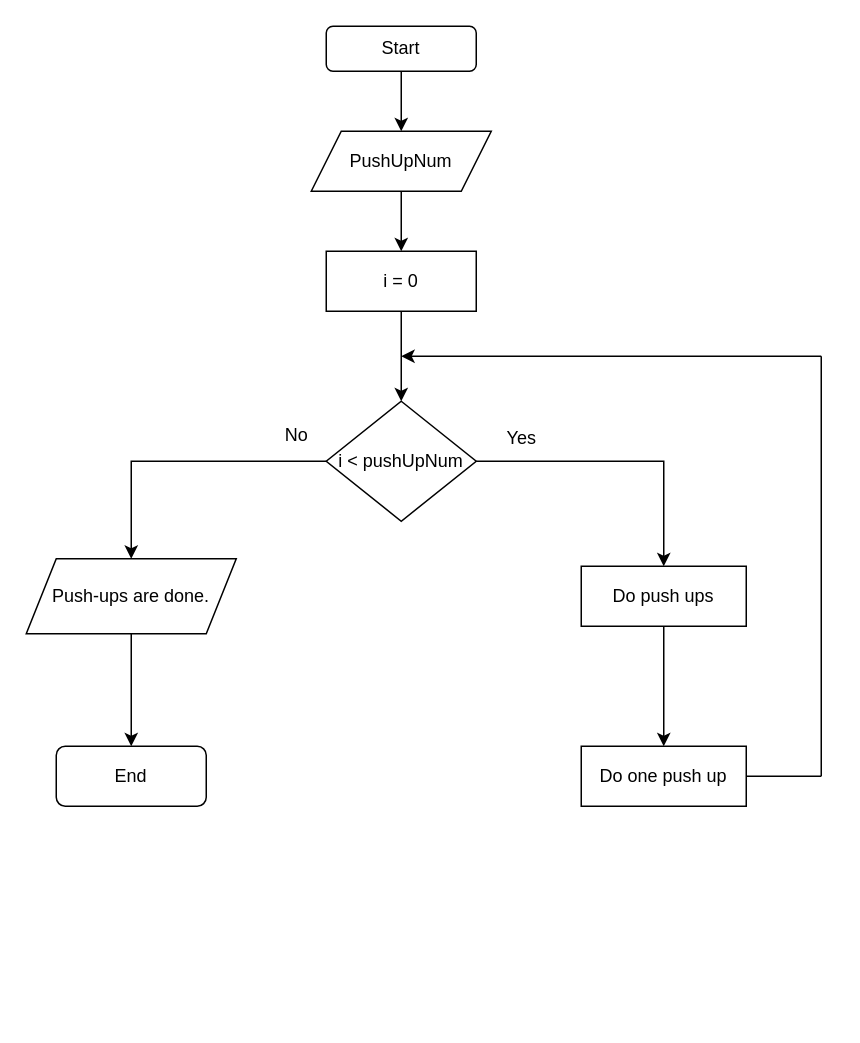
The draw.io diagram Untitled Diagram.drawio in orchlonn/CS-325, before the edit. Source tidied: cells renumbered, new cells numbered last; positions are measured from the earlier drawing's top-left corner, leaving out a move shared by most shapes. Both pictures are drawn from the tidied source at 150%, with x=0, y=0 at pixel (26, 26).
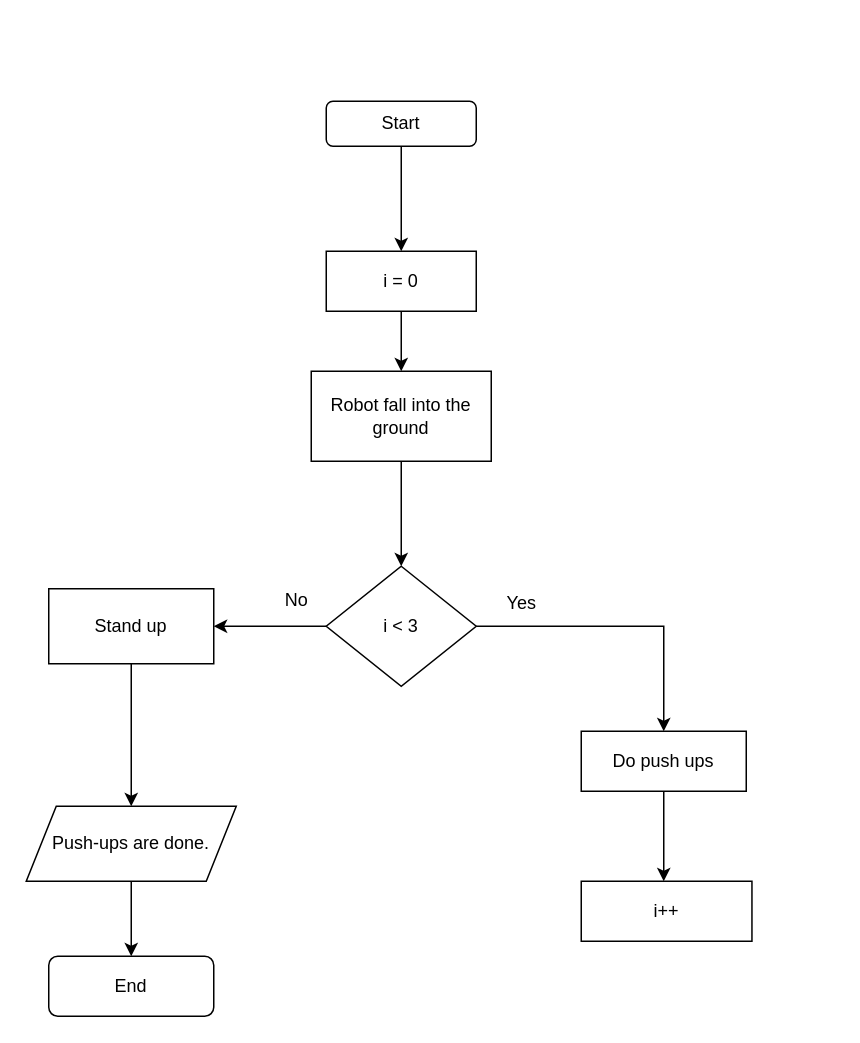
The same diagram, later.

The change refers to these unchanged cells:
```xml
<mxCell id="8" value="i = 0" style="whiteSpace=wrap;html=1;" parent="1" vertex="1">
  <mxGeometry x="200" y="150" width="100" height="40" as="geometry" />
</mxCell>
```

The edit, as a diff of the source:
```diff
@@
-    <mxCell id="2" style="edgeStyle=orthogonalEdgeStyle;rounded=0;jettySize=auto;html=1;" parent="1" edge="1" source="3" target="6">
-      <mxGeometry relative="1" as="geometry" />
-    </mxCell>
     <mxCell id="3" value="Start" style="rounded=1;whiteSpace=wrap;html=1;" parent="1" vertex="1">
-      <mxGeometry x="200" width="100" height="30" as="geometry" />
+      <mxGeometry x="200" y="50" width="100" height="30" as="geometry" />
     </mxCell>
     <mxCell id="4" value="End" style="rounded=1;whiteSpace=wrap;html=1;" parent="1" vertex="1">
-      <mxGeometry x="20" y="480" width="100" height="40" as="geometry" />
+      <mxGeometry x="15" y="620" width="110" height="40" as="geometry" />
     </mxCell>
-    <mxCell id="5" style="edgeStyle=orthogonalEdgeStyle;rounded=0;jettySize=auto;html=1;" parent="1" edge="1" source="6" target="8">
+    <mxCell id="5" style="edgeStyle=orthogonalEdgeStyle;rounded=0;jettySize=auto;html=1;exitX=0.5;exitY=1;exitDx=0;exitDy=0;" parent="1" edge="1" source="3" target="8">
       <mxGeometry relative="1" as="geometry" />
     </mxCell>
-    <mxCell id="6" value="PushUpNum" style="shape=parallelogram;perimeter=parallelogramPerimeter;whiteSpace=wrap;html=1;fixedSize=1;" parent="1" vertex="1">
-      <mxGeometry x="190" y="70" width="120" height="40" as="geometry" />
-    </mxCell>
-    <mxCell id="7" style="edgeStyle=orthogonalEdgeStyle;rounded=0;jettySize=auto;html=1;" parent="1" edge="1" source="8" target="11">
-      <mxGeometry relative="1" as="geometry" />
-    </mxCell>
+    <mxCell id="22" style="edgeStyle=orthogonalEdgeStyle;rounded=0;jettySize=auto;html=1;" parent="1" edge="1" source="8" target="26">
+      <mxGeometry relative="1" as="geometry" />
+    </mxCell>
@@
-    <mxCell id="10" style="edgeStyle=orthogonalEdgeStyle;rounded=0;jettySize=auto;html=1;" parent="1" edge="1" source="11" target="21">
-      <mxGeometry relative="1" as="geometry">
-        <Array as="points">
-          <mxPoint x="70" y="290" />
-        </Array>
-      </mxGeometry>
-    </mxCell>
+    <mxCell id="23" style="edgeStyle=orthogonalEdgeStyle;rounded=0;jettySize=auto;html=1;" parent="1" edge="1" source="11" target="28">
+      <mxGeometry relative="1" as="geometry" />
+    </mxCell>
-    <mxCell id="11" value="i &amp;lt; pushUpNum" style="rhombus;whiteSpace=wrap;html=1;" parent="1" vertex="1">
-      <mxGeometry x="200" y="250" width="100" height="80" as="geometry" />
+    <mxCell id="11" value="i &amp;lt; 3" style="rhombus;whiteSpace=wrap;html=1;" parent="1" vertex="1">
+      <mxGeometry x="200" y="360" width="100" height="80" as="geometry" />
     </mxCell>
-    <mxCell id="12" style="edgeStyle=orthogonalEdgeStyle;rounded=0;jettySize=auto;html=1;" parent="1" edge="1" source="13" target="15">
-      <mxGeometry relative="1" as="geometry" />
-    </mxCell>
+    <mxCell id="24" style="edgeStyle=orthogonalEdgeStyle;rounded=0;jettySize=auto;html=1;" parent="1" edge="1" source="13">
+      <mxGeometry relative="1" as="geometry">
+        <mxPoint x="425" y="570" as="targetPoint" />
+      </mxGeometry>
+    </mxCell>
     <mxCell id="13" value="Do push ups" style="whiteSpace=wrap;html=1;" parent="1" vertex="1">
-      <mxGeometry x="370" y="360" width="110" height="40" as="geometry" />
+      <mxGeometry x="370" y="470" width="110" height="40" as="geometry" />
     </mxCell>
     <mxCell id="14" value="Yes" style="text;html=1;align=center;verticalAlign=middle;strokeColor=none;fillColor=none;" parent="1" vertex="1">
-      <mxGeometry x="310" y="260" width="40" height="30" as="geometry" />
+      <mxGeometry x="310" y="370" width="40" height="30" as="geometry" />
     </mxCell>
-    <mxCell id="15" value="Do one push up" style="whiteSpace=wrap;html=1;" parent="1" vertex="1">
-      <mxGeometry x="370" y="480" width="110" height="40" as="geometry" />
+    <mxCell id="15" value="i++" style="whiteSpace=wrap;html=1;" parent="1" vertex="1">
+      <mxGeometry x="370" y="570" width="113.8" height="40" as="geometry" />
     </mxCell>
-    <mxCell id="16" style="endArrow=none;html=1;rounded=0;" parent="1" edge="1">
-      <mxGeometry relative="1" as="geometry">
-        <mxPoint x="530" y="500" as="sourcePoint" />
-        <mxPoint x="530" y="220" as="targetPoint" />
-      </mxGeometry>
-    </mxCell>
-    <mxCell id="17" style="endArrow=none;html=1;rounded=0;exitX=1;exitY=0.5;exitDx=0;exitDy=0;" parent="1" edge="1" source="15">
-      <mxGeometry relative="1" as="geometry">
-        <mxPoint x="530" y="500" as="targetPoint" />
-      </mxGeometry>
-    </mxCell>
-    <mxCell id="18" style="endArrow=classic;html=1;rounded=0;" parent="1" edge="1">
-      <mxGeometry relative="1" as="geometry">
-        <mxPoint x="530" y="220" as="sourcePoint" />
-        <mxPoint x="250" y="220" as="targetPoint" />
-      </mxGeometry>
-    </mxCell>
     <mxCell id="19" value="No" style="text;html=1;align=center;verticalAlign=middle;strokeColor=none;fillColor=none;" parent="1" vertex="1">
-      <mxGeometry x="160" y="258" width="40" height="30" as="geometry" />
+      <mxGeometry x="160" y="368" width="40" height="30" as="geometry" />
     </mxCell>
@@
     <mxCell id="21" value="Push-ups are done." style="shape=parallelogram;perimeter=parallelogramPerimeter;whiteSpace=wrap;html=1;fixedSize=1;" parent="1" vertex="1">
-      <mxGeometry y="355" width="140" height="50" as="geometry" />
+      <mxGeometry y="520" width="140" height="50" as="geometry" />
     </mxCell>
+    <mxCell id="25" style="edgeStyle=orthogonalEdgeStyle;rounded=0;jettySize=auto;html=1;" parent="1" edge="1" source="26" target="11">
+      <mxGeometry relative="1" as="geometry" />
+    </mxCell>
+    <mxCell id="26" value="Robot fall into the ground" style="whiteSpace=wrap;html=1;" parent="1" vertex="1">
+      <mxGeometry x="190" y="230" width="120" height="60" as="geometry" />
+    </mxCell>
+    <mxCell id="27" style="edgeStyle=orthogonalEdgeStyle;rounded=0;jettySize=auto;html=1;" parent="1" edge="1" source="28" target="21">
+      <mxGeometry relative="1" as="geometry" />
+    </mxCell>
+    <mxCell id="28" value="Stand up" style="whiteSpace=wrap;html=1;" parent="1" vertex="1">
+      <mxGeometry x="15" y="375" width="110" height="50" as="geometry" />
+    </mxCell>
```
